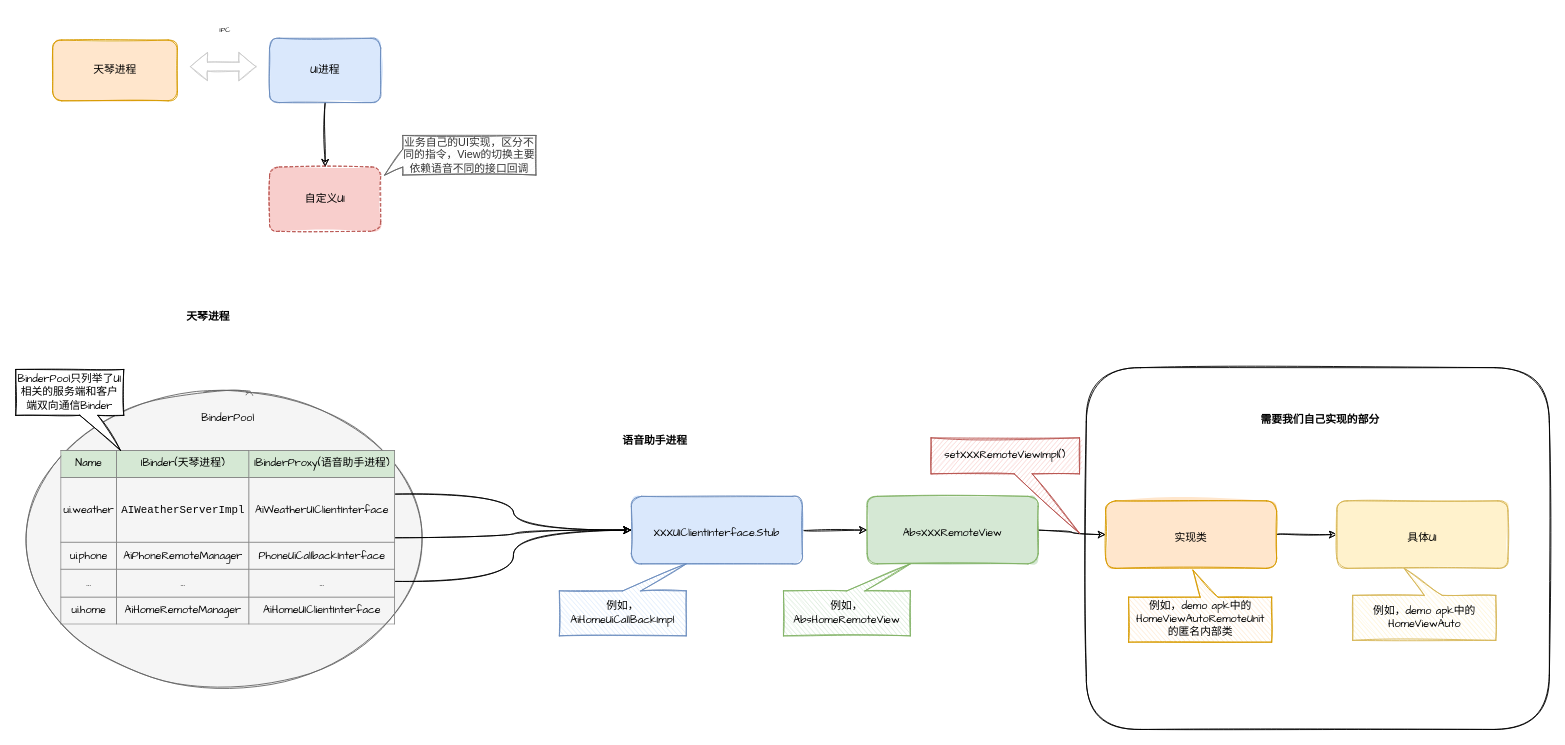
Earlier version of the draw.io diagram 语音UI.drawio (TryLoveCatch/charts). Source tidied: cells renumbered, new cells numbered last; positions are measured from the earlier drawing's top-left corner, leaving out a move shared by most shapes. Both pictures are drawn from the tidied source at 90%, with x=0, y=0 at pixel (15, 15).
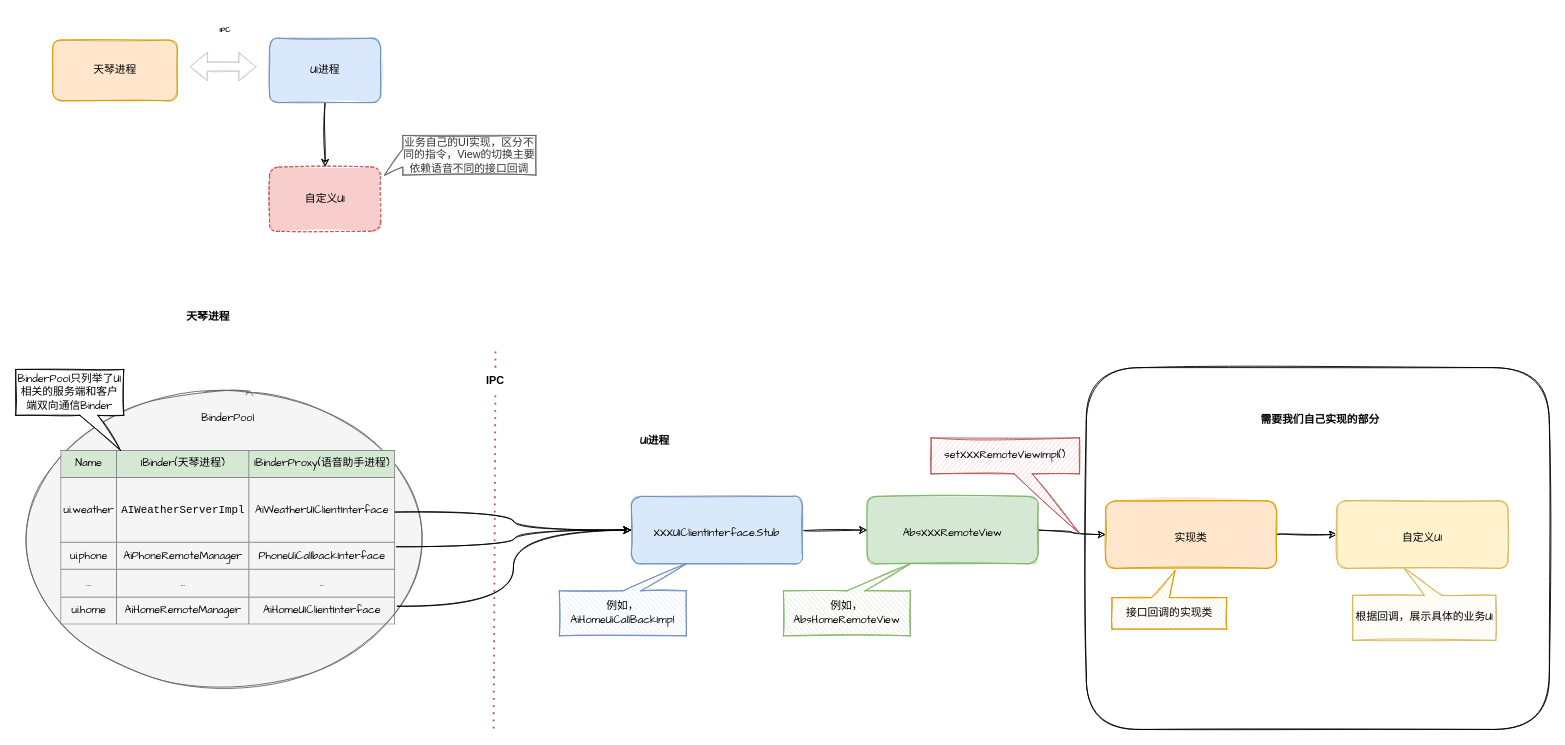
The same page after the edit.

Unchanged cells that the change refers to:
```xml
<mxCell id="11" value="&lt;span style=&quot;font-size: 12px;&quot;&gt;XXXUIClientInterface&lt;/span&gt;&lt;span style=&quot;font-size: 12px;&quot;&gt;.Stub&lt;/span&gt;" style="rounded=1;whiteSpace=wrap;html=1;labelBackgroundColor=none;sketch=1;fillStyle=solid;curveFitting=0.05;fontFamily=Comic Sans MS;fontSize=20;fillColor=#dae8fc;strokeColor=#6c8ebf;" parent="1" vertex="1">
  <mxGeometry x="684" y="534" width="190" height="75" as="geometry" />
</mxCell>
<mxCell id="18" value="&lt;table border=&quot;1&quot; width=&quot;100%&quot; height=&quot;100%&quot; style=&quot;width:100%;height:100%;border-collapse:collapse;&quot;&gt;&lt;tbody&gt;&lt;tr&gt;&lt;td style=&quot;background-color: rgb(213, 232, 212);&quot;&gt;Name&lt;/td&gt;&lt;td style=&quot;background-color: rgb(213, 232, 212);&quot;&gt;IBinder(天琴进程)&lt;/td&gt;&lt;td style=&quot;background-color: rgb(213, 232, 212);&quot;&gt;IBinderProxy(语音助手进程)&lt;/td&gt;&lt;/tr&gt;&lt;tr&gt;&lt;td&gt;ui.weather&lt;br&gt;&lt;/td&gt;&lt;td&gt;&lt;pre style=&quot;font-family: Consolas, courier; background-image: initial; background-position: initial; background-size: initial; background-repeat: initial; background-attachment: initial; background-origin: initial; background-clip: initial;&quot;&gt;AIWeatherServerImpl&lt;span style=&quot;color: #ff0000;&quot;&gt;&lt;/span&gt;&lt;/pre&gt;&lt;/td&gt;&lt;td&gt;AiWeatherUIClientInterface&lt;br&gt;&lt;/td&gt;&lt;/tr&gt;&lt;tr&gt;&lt;td&gt;ui.phone&lt;/td&gt;&lt;td&gt;AiPhoneRemoteManager&lt;br&gt;&lt;/td&gt;&lt;td&gt;PhoneUiCallbackInterface&lt;br&gt;&lt;/td&gt;&lt;/tr&gt;&lt;tr&gt;&lt;td&gt;...&lt;/td&gt;&lt;td&gt;...&lt;/td&gt;&lt;td&gt;...&lt;/td&gt;&lt;/tr&gt;&lt;tr&gt;&lt;td&gt;ui.home&lt;/td&gt;&lt;td&gt;AiHomeRemoteManager&lt;br&gt;&lt;/td&gt;&lt;td&gt;AiHomeUIClientInterface&lt;br&gt;&lt;/td&gt;&lt;/tr&gt;&lt;/tbody&gt;&lt;/table&gt;" style="text;html=1;strokeColor=none;fillColor=none;overflow=fill;comic=1;sketch=1;fillStyle=solid;fontFamily=Comic Sans MS;align=center;" parent="1" vertex="1">
  <mxGeometry x="50" y="483" width="372" height="194" as="geometry" />
</mxCell>
```

Diff of the diagram source:
```diff
@@
-    <mxCell id="6" value="IPC" style="text;html=1;strokeColor=none;fillColor=none;align=center;verticalAlign=middle;whiteSpace=wrap;rounded=0;comic=1;sketch=1;fillStyle=solid;fontFamily=Comic Sans MS;fontSize=8;" parent="1" vertex="1">
+    <mxCell id="6" value="&lt;b&gt;IPC&lt;/b&gt;" style="text;html=1;strokeColor=none;fillColor=none;align=center;verticalAlign=middle;whiteSpace=wrap;rounded=0;comic=1;sketch=1;fillStyle=solid;fontFamily=Comic Sans MS;fontSize=8;" parent="1" vertex="1">
       <mxGeometry x="202.5" width="60" height="30" as="geometry" />
     </mxCell>
@@
-    <mxCell id="15" style="edgeStyle=orthogonalEdgeStyle;curved=1;sketch=1;jettySize=auto;html=1;exitX=1;exitY=0.25;exitDx=0;exitDy=0;entryX=0;entryY=0.5;entryDx=0;entryDy=0;fontFamily=Comic Sans MS;fontSize=12;fontColor=#000000;strokeColor=#000000;" parent="1" edge="1" source="18" target="11">
+    <mxCell id="15" style="edgeStyle=orthogonalEdgeStyle;curved=1;sketch=1;jettySize=auto;html=1;exitX=0.997;exitY=0.353;exitDx=0;exitDy=0;entryX=0;entryY=0.5;entryDx=0;entryDy=0;fontFamily=Comic Sans MS;fontSize=12;fontColor=#000000;strokeColor=#000000;exitPerimeter=0;" parent="1" edge="1" source="18" target="11">
       <mxGeometry relative="1" as="geometry" />
     </mxCell>
-    <mxCell id="16" style="edgeStyle=orthogonalEdgeStyle;curved=1;sketch=1;jettySize=auto;html=1;exitX=1;exitY=0.5;exitDx=0;exitDy=0;fontFamily=Comic Sans MS;fontSize=12;fontColor=#000000;strokeColor=#000000;" parent="1" edge="1" source="18" target="11">
-      <mxGeometry relative="1" as="geometry" />
+    <mxCell id="16" style="edgeStyle=orthogonalEdgeStyle;curved=1;sketch=1;jettySize=auto;html=1;fontFamily=Comic Sans MS;fontSize=12;fontColor=#000000;strokeColor=#000000;" parent="1" edge="1" target="11">
+      <mxGeometry relative="1" as="geometry">
+        <mxPoint x="423" y="590" as="sourcePoint" />
+      </mxGeometry>
     </mxCell>
-    <mxCell id="17" style="edgeStyle=orthogonalEdgeStyle;curved=1;sketch=1;jettySize=auto;html=1;exitX=1;exitY=0.75;exitDx=0;exitDy=0;entryX=0;entryY=0.5;entryDx=0;entryDy=0;fontFamily=Comic Sans MS;fontSize=12;fontColor=#000000;strokeColor=#000000;" parent="1" edge="1" source="18" target="11">
+    <mxCell id="17" style="edgeStyle=orthogonalEdgeStyle;curved=1;sketch=1;jettySize=auto;html=1;exitX=1.005;exitY=0.892;exitDx=0;exitDy=0;entryX=0;entryY=0.5;entryDx=0;entryDy=0;fontFamily=Comic Sans MS;fontSize=12;fontColor=#000000;strokeColor=#000000;exitPerimeter=0;" parent="1" edge="1" source="18" target="11">
       <mxGeometry relative="1" as="geometry" />
     </mxCell>
@@
-    <mxCell id="20" value="&lt;b&gt;语音助手进程&lt;/b&gt;" style="text;html=1;strokeColor=none;fillColor=none;align=center;verticalAlign=middle;whiteSpace=wrap;rounded=0;labelBackgroundColor=none;sketch=1;fillStyle=auto;curveFitting=0.95;fontFamily=Comic Sans MS;fontSize=12;fontColor=#000000;" parent="1" vertex="1">
+    <mxCell id="20" value="&lt;b&gt;UI进程&lt;/b&gt;" style="text;html=1;strokeColor=none;fillColor=none;align=center;verticalAlign=middle;whiteSpace=wrap;rounded=0;labelBackgroundColor=none;sketch=1;fillStyle=auto;curveFitting=0.95;fontFamily=Comic Sans MS;fontSize=12;fontColor=#000000;" parent="1" vertex="1">
       <mxGeometry x="671.4" y="458" width="79.2" height="30" as="geometry" />
     </mxCell>
@@
-    <mxCell id="27" value="例如，demo apk中的HomeViewAutoRemoteUnit&lt;br&gt;的匿名内部类" style="shape=callout;whiteSpace=wrap;html=1;perimeter=calloutPerimeter;rounded=0;labelBackgroundColor=none;sketch=1;fillStyle=auto;curveFitting=0.95;fontFamily=Comic Sans MS;fontSize=12;flipV=1;position2=0.45;fillColor=#ffe6cc;strokeColor=#d79b00;" parent="1" vertex="1">
-      <mxGeometry x="1236.5" y="616" width="159" height="80" as="geometry" />
+    <mxCell id="27" value="接口回调的实现类" style="shape=callout;whiteSpace=wrap;html=1;perimeter=calloutPerimeter;rounded=0;labelBackgroundColor=none;sketch=1;fillStyle=auto;curveFitting=0.95;fontFamily=Comic Sans MS;fontSize=12;flipV=1;position2=0.45;fillColor=#ffe6cc;strokeColor=#d79b00;flipH=1;" parent="1" vertex="1">
+      <mxGeometry x="1218" y="616.5" width="127.5" height="65" as="geometry" />
     </mxCell>
-    <mxCell id="28" value="&lt;span style=&quot;font-size: 12px;&quot;&gt;具体UI&lt;/span&gt;" style="rounded=1;whiteSpace=wrap;html=1;labelBackgroundColor=none;sketch=1;fillStyle=solid;curveFitting=0.05;fontFamily=Comic Sans MS;fontSize=20;fillColor=#fff2cc;strokeColor=#d6b656;" parent="1" vertex="1">
+    <mxCell id="28" value="&lt;span style=&quot;font-size: 12px;&quot;&gt;自定义UI&lt;/span&gt;" style="rounded=1;whiteSpace=wrap;html=1;labelBackgroundColor=none;sketch=1;fillStyle=solid;curveFitting=0.05;fontFamily=Comic Sans MS;fontSize=20;fillColor=#fff2cc;strokeColor=#d6b656;" parent="1" vertex="1">
       <mxGeometry x="1468" y="539" width="190" height="75" as="geometry" />
     </mxCell>
-    <mxCell id="29" value="例如，demo apk中的&lt;br&gt;HomeViewAuto" style="shape=callout;whiteSpace=wrap;html=1;perimeter=calloutPerimeter;rounded=0;labelBackgroundColor=none;sketch=1;fillStyle=auto;curveFitting=0.95;fontFamily=Comic Sans MS;fontSize=12;flipV=1;position2=0.36;fillColor=#fff2cc;strokeColor=#d6b656;" parent="1" vertex="1">
+    <mxCell id="29" value="根据回调，展示具体的业务UI" style="shape=callout;whiteSpace=wrap;html=1;perimeter=calloutPerimeter;rounded=0;labelBackgroundColor=none;sketch=1;fillStyle=auto;curveFitting=0.95;fontFamily=Comic Sans MS;fontSize=12;flipV=1;position2=0.36;fillColor=#fff2cc;strokeColor=#d6b656;" parent="1" vertex="1">
       <mxGeometry x="1485.5" y="614" width="159" height="80" as="geometry" />
     </mxCell>
@@
+    <mxCell id="32" style="endArrow=none;dashed=1;html=1;dashPattern=1 3;strokeWidth=2;rounded=0;fillColor=#f8cecc;strokeColor=#b85450;startArrow=none;" parent="1" edge="1" source="33">
+      <mxGeometry relative="1" as="geometry">
+        <mxPoint x="533" y="369" as="targetPoint" />
+      </mxGeometry>
+    </mxCell>
+    <mxCell id="33" value="&lt;b&gt;IPC&lt;/b&gt;" style="text;html=1;strokeColor=none;fillColor=none;align=center;verticalAlign=middle;whiteSpace=wrap;rounded=0;" parent="1" vertex="1">
+      <mxGeometry x="503" y="391" width="60" height="30" as="geometry" />
+    </mxCell>
+    <mxCell id="34" style="endArrow=none;dashed=1;html=1;dashPattern=1 3;strokeWidth=2;rounded=0;fillColor=#f8cecc;strokeColor=#b85450;" parent="1" edge="1" target="33">
+      <mxGeometry relative="1" as="geometry">
+        <mxPoint x="531" y="792" as="sourcePoint" />
+      </mxGeometry>
+    </mxCell>
```
